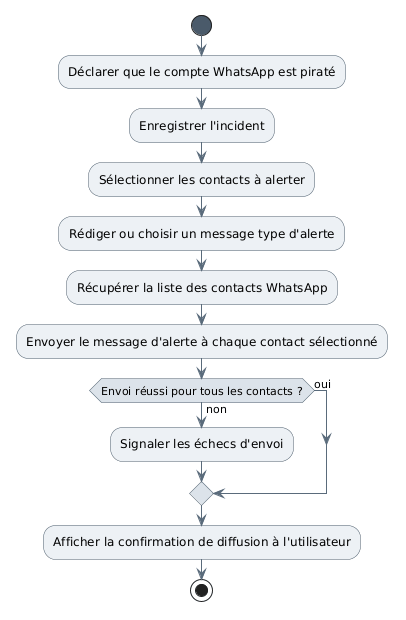
Earlier version of the PlantUML export Diagrammes/Diagrammes d'Activités/Processus d'envoi d'un message d'alerte WhatsApp aux contacts.png (kwismo-support/Kwismo).
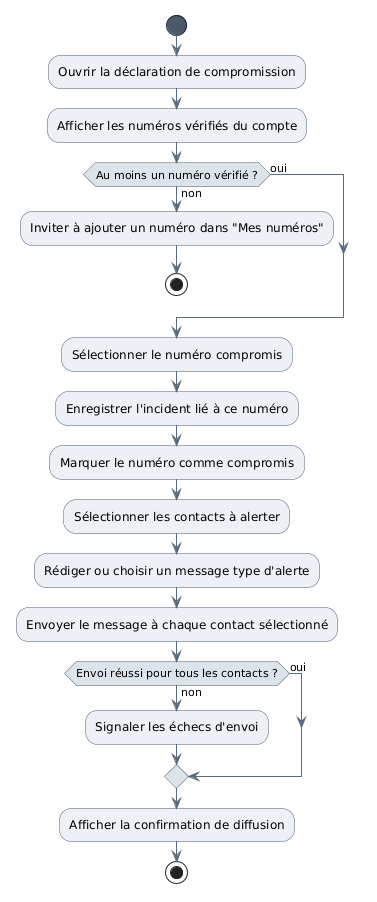
The same file after the commit.

What changed in the source:
```diff
@@ -11,16 +11,23 @@
 skinparam ActivityEndColor #4A5A6A
 
 start
-:Déclarer que le compte WhatsApp est piraté;
-:Enregistrer l'incident;
+:Ouvrir la déclaration de compromission;
+:Afficher les numéros vérifiés du compte;
+if (Au moins un numéro vérifié ?) then (non)
+  :Inviter à ajouter un numéro dans "Mes numéros";
+  stop
+else (oui)
+endif
+:Sélectionner le numéro compromis;
+:Enregistrer l'incident lié à ce numéro;
+:Marquer le numéro comme compromis;
 :Sélectionner les contacts à alerter;
 :Rédiger ou choisir un message type d'alerte;
-:Récupérer la liste des contacts WhatsApp;
-:Envoyer le message d'alerte à chaque contact sélectionné;
+:Envoyer le message à chaque contact sélectionné;
 if (Envoi réussi pour tous les contacts ?) then (non)
   :Signaler les échecs d'envoi;
 else (oui)
-end if
-:Afficher la confirmation de diffusion à l'utilisateur;
+endif
+:Afficher la confirmation de diffusion;
 stop
 @enduml
```
